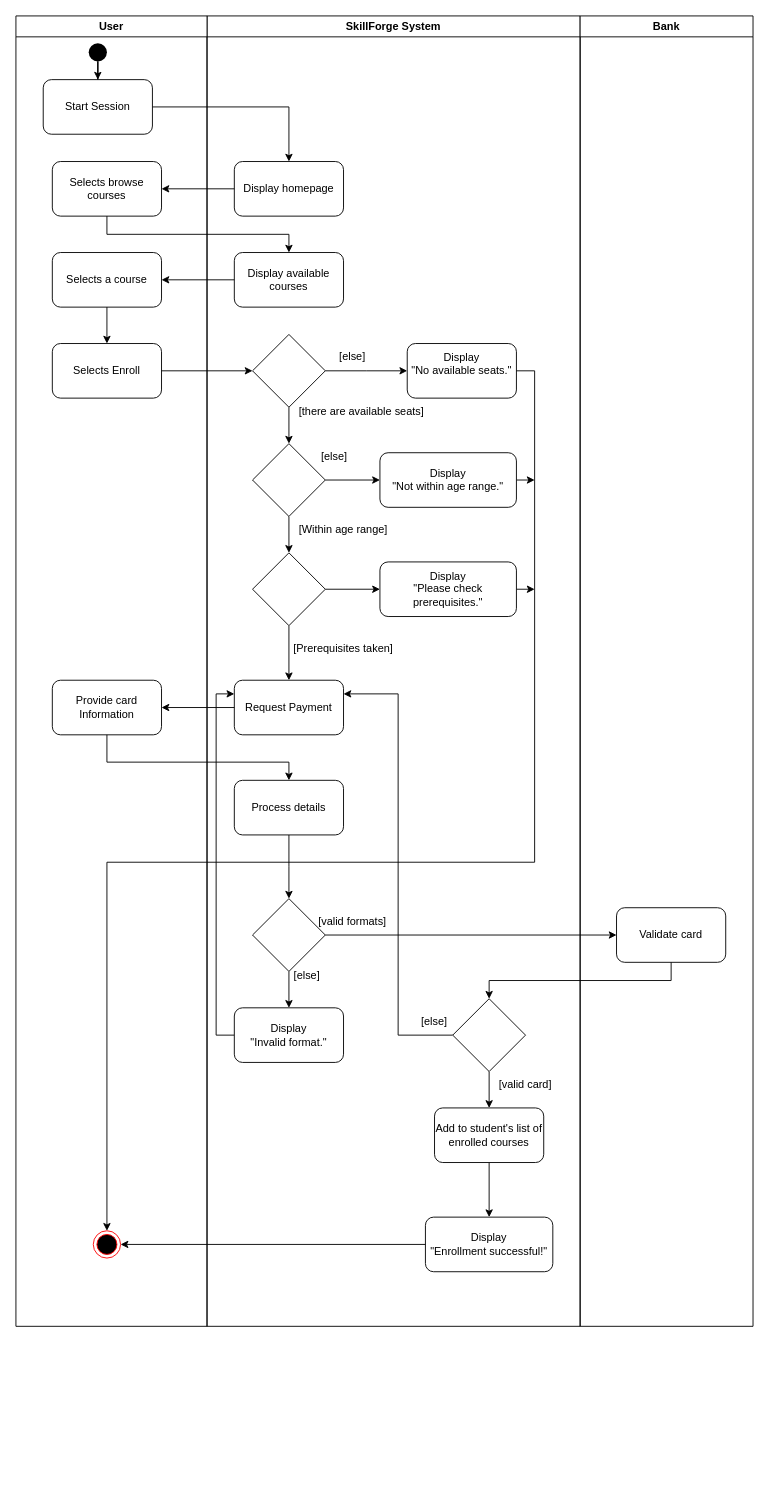
The draw.io diagram Activity diagram.drawio in nourk-soliman/SkillForge_Lab6, before the edit. Source tidied: cells renumbered, new cells numbered last; positions are measured from the earlier drawing's top-left corner, leaving out a move shared by most shapes. Both pictures are drawn from the tidied source at 91%, with x=0, y=0 at pixel (15, 15).
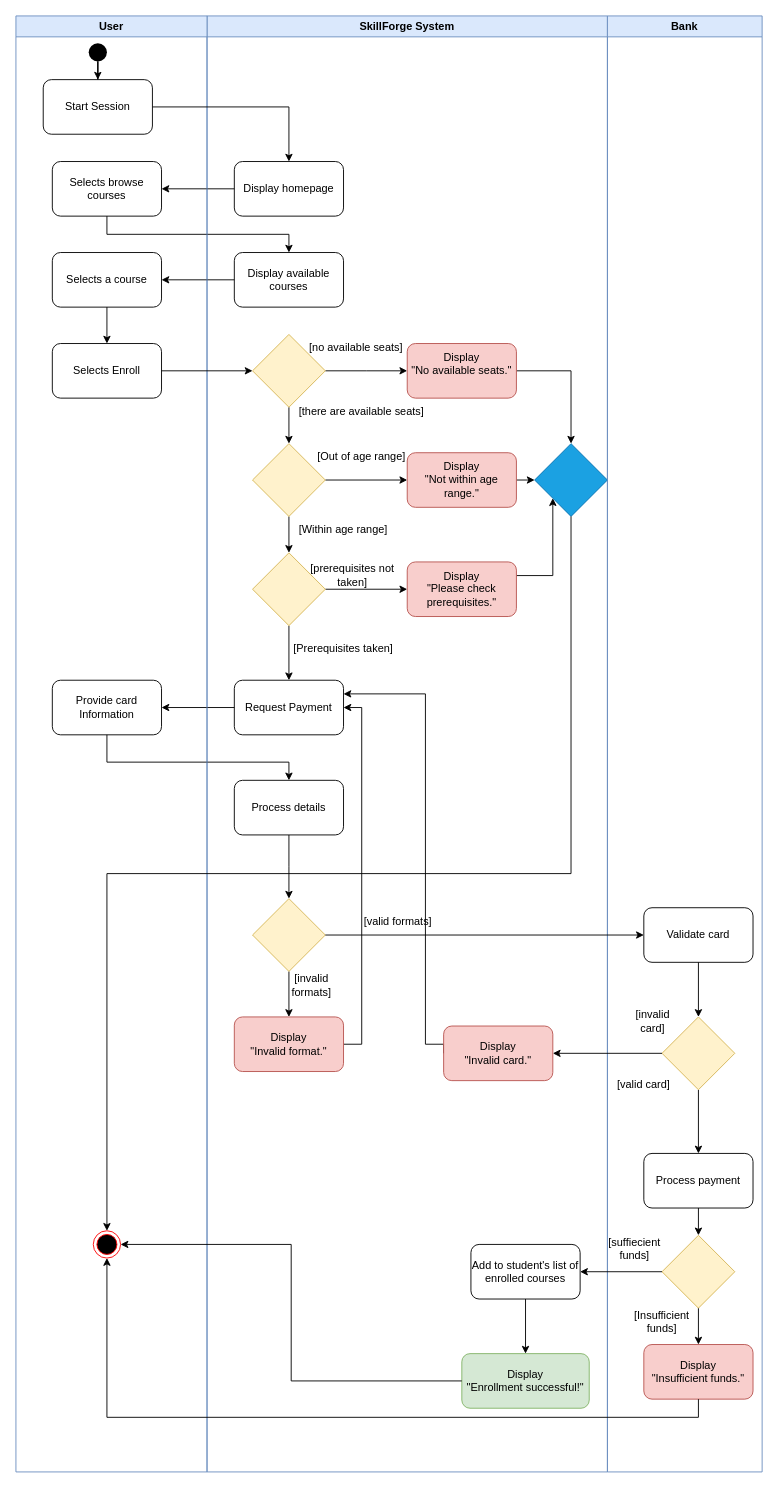
The same page after the edit.

Unchanged cells that the change refers to:
```xml
<mxCell id="20" value="Request Payment" style="rounded=1;whiteSpace=wrap;html=1;" parent="2" vertex="1">
  <mxGeometry x="30" y="730" width="120" height="60" as="geometry" />
</mxCell>
<mxCell id="33" value="Process details" style="whiteSpace=wrap;html=1;rounded=1;" parent="2" vertex="1">
  <mxGeometry x="30" y="840" width="120" height="60" as="geometry" />
</mxCell>
<mxCell id="49" value="Validate card" style="rounded=1;whiteSpace=wrap;html=1;" parent="48" vertex="1">
  <mxGeometry x="40" y="980" width="120" height="60" as="geometry" />
</mxCell>
<mxCell id="54" value="Selects Enroll" style="whiteSpace=wrap;html=1;rounded=1;" parent="50" vertex="1">
  <mxGeometry x="40" y="360" width="120" height="60" as="geometry" />
</mxCell>
<mxCell id="55" style="ellipse;html=1;shape=endState;fillColor=#000000;strokeColor=#ff0000;" parent="50" vertex="1">
  <mxGeometry x="85" y="1335" width="30" height="30" as="geometry" />
</mxCell>
```

Diff of the diagram source:
```diff
@@
-    <mxCell id="2" value="SkillForge System" style="swimlane;whiteSpace=wrap;html=1;" parent="1" vertex="1">
-      <mxGeometry x="210" width="410" height="1440" as="geometry" />
+    <mxCell id="2" value="SkillForge System" style="swimlane;whiteSpace=wrap;html=1;fillColor=#dae8fc;strokeColor=#6c8ebf;" parent="1" vertex="1">
+      <mxGeometry x="210" width="440" height="1600" as="geometry" />
     </mxCell>
@@
-    <mxCell id="5" style="edgeStyle=orthogonalEdgeStyle;rounded=0;jettySize=auto;html=1;" parent="2" edge="1" source="7">
-      <mxGeometry relative="1" as="geometry">
-        <mxPoint x="220" y="390" as="targetPoint" />
-      </mxGeometry>
-    </mxCell>
-    <mxCell id="6" style="edgeStyle=orthogonalEdgeStyle;rounded=0;jettySize=auto;html=1;" parent="2" edge="1" source="7" target="13">
-      <mxGeometry relative="1" as="geometry" />
-    </mxCell>
-    <mxCell id="7" style="rhombus;whiteSpace=wrap;html=1;" parent="2" vertex="1">
-      <mxGeometry x="50" y="350" width="80" height="80" as="geometry" />
-    </mxCell>
+    <mxCell id="64" style="edgeStyle=orthogonalEdgeStyle;rounded=0;jettySize=auto;html=1;" parent="2" edge="1" source="66">
+      <mxGeometry relative="1" as="geometry">
+        <mxPoint x="220" y="390" as="targetPoint" />
+      </mxGeometry>
+    </mxCell>
+    <mxCell id="65" style="edgeStyle=orthogonalEdgeStyle;rounded=0;jettySize=auto;html=1;" parent="2" edge="1" source="66" target="70">
+      <mxGeometry relative="1" as="geometry" />
+    </mxCell>
+    <mxCell id="66" style="rhombus;whiteSpace=wrap;html=1;fillColor=#fff2cc;strokeColor=#d6b656;" parent="2" vertex="1">
+      <mxGeometry x="50" y="350" width="80" height="80" as="geometry" />
+    </mxCell>
@@
-    <mxCell id="10" value="[else]" style="text;html=1;whiteSpace=wrap;strokeColor=none;fillColor=none;align=center;verticalAlign=middle;rounded=0;" parent="2" vertex="1">
-      <mxGeometry x="100" y="360" width="120" height="30" as="geometry" />
-    </mxCell>
-    <mxCell id="11" style="edgeStyle=orthogonalEdgeStyle;rounded=0;jettySize=auto;html=1;" parent="2" edge="1" source="13" target="17">
-      <mxGeometry relative="1" as="geometry" />
-    </mxCell>
-    <mxCell id="12" style="edgeStyle=orthogonalEdgeStyle;rounded=0;jettySize=auto;html=1;" parent="2" edge="1" source="13" target="19">
-      <mxGeometry relative="1" as="geometry" />
-    </mxCell>
-    <mxCell id="13" style="rhombus;whiteSpace=wrap;html=1;" parent="2" vertex="1">
-      <mxGeometry x="50" y="470" width="80" height="80" as="geometry" />
-    </mxCell>
+    <mxCell id="67" value="[no available seats]" style="text;html=1;whiteSpace=wrap;strokeColor=none;fillColor=none;align=center;verticalAlign=middle;rounded=0;" parent="2" vertex="1">
+      <mxGeometry x="104" y="350" width="120" height="30" as="geometry" />
+    </mxCell>
+    <mxCell id="68" style="edgeStyle=orthogonalEdgeStyle;rounded=0;jettySize=auto;html=1;" parent="2" edge="1" source="70" target="74">
+      <mxGeometry relative="1" as="geometry" />
+    </mxCell>
+    <mxCell id="69" style="edgeStyle=orthogonalEdgeStyle;rounded=0;jettySize=auto;html=1;" parent="2" edge="1" source="70" target="19">
+      <mxGeometry relative="1" as="geometry" />
+    </mxCell>
+    <mxCell id="70" style="rhombus;whiteSpace=wrap;html=1;fillColor=#fff2cc;strokeColor=#d6b656;" parent="2" vertex="1">
+      <mxGeometry x="50" y="470" width="80" height="80" as="geometry" />
+    </mxCell>
+    <mxCell id="71" style="edgeStyle=orthogonalEdgeStyle;rounded=0;jettySize=auto;html=1;exitX=1;exitY=0.5;exitDx=0;exitDy=0;entryX=0.5;entryY=0;entryDx=0;entryDy=0;" parent="2" edge="1" source="14" target="83">
+      <mxGeometry relative="1" as="geometry" />
+    </mxCell>
-    <mxCell id="14" value="Display&lt;div&gt;&quot;No available seats.&quot;&lt;br&gt;&lt;div&gt;&lt;br&gt;&lt;/div&gt;&lt;/div&gt;" style="rounded=1;whiteSpace=wrap;html=1;" parent="2" vertex="1">
+    <mxCell id="14" value="Display&lt;div&gt;&quot;No available seats.&quot;&lt;br&gt;&lt;div&gt;&lt;br&gt;&lt;/div&gt;&lt;/div&gt;" style="rounded=1;whiteSpace=wrap;html=1;fillColor=#f8cecc;strokeColor=#b85450;" parent="2" vertex="1">
       <mxGeometry x="220" y="360" width="120" height="60" as="geometry" />
     </mxCell>
-    <mxCell id="15" style="edgeStyle=orthogonalEdgeStyle;rounded=0;jettySize=auto;html=1;" parent="2" edge="1" source="17" target="20">
-      <mxGeometry relative="1" as="geometry" />
-    </mxCell>
-    <mxCell id="16" style="edgeStyle=orthogonalEdgeStyle;rounded=0;jettySize=auto;html=1;" parent="2" edge="1" source="17" target="24">
-      <mxGeometry relative="1" as="geometry" />
-    </mxCell>
-    <mxCell id="17" style="rhombus;whiteSpace=wrap;html=1;" parent="2" vertex="1">
-      <mxGeometry x="50" y="590" width="80" height="80" as="geometry" />
-    </mxCell>
-    <mxCell id="18" style="edgeStyle=orthogonalEdgeStyle;rounded=0;jettySize=auto;html=1;exitX=1;exitY=0.5;exitDx=0;exitDy=0;" parent="2" edge="1" source="19">
-      <mxGeometry relative="1" as="geometry">
-        <mxPoint x="360" y="510" as="targetPoint" />
-      </mxGeometry>
-    </mxCell>
+    <mxCell id="72" style="edgeStyle=orthogonalEdgeStyle;rounded=0;jettySize=auto;html=1;" parent="2" edge="1" source="74" target="20">
+      <mxGeometry relative="1" as="geometry" />
+    </mxCell>
+    <mxCell id="73" style="edgeStyle=orthogonalEdgeStyle;rounded=0;jettySize=auto;html=1;" parent="2" edge="1" source="74" target="24">
+      <mxGeometry relative="1" as="geometry" />
+    </mxCell>
+    <mxCell id="74" style="rhombus;whiteSpace=wrap;html=1;fillColor=#fff2cc;strokeColor=#d6b656;" parent="2" vertex="1">
+      <mxGeometry x="50" y="590" width="80" height="80" as="geometry" />
+    </mxCell>
+    <mxCell id="75" style="edgeStyle=orthogonalEdgeStyle;rounded=0;jettySize=auto;html=1;exitX=1;exitY=0.5;exitDx=0;exitDy=0;" parent="2" edge="1" source="19">
+      <mxGeometry relative="1" as="geometry">
+        <mxPoint x="360" y="510" as="targetPoint" />
+      </mxGeometry>
+    </mxCell>
-    <mxCell id="19" value="Display&lt;div&gt;&quot;Not within age range.&quot;&lt;/div&gt;" style="rounded=1;whiteSpace=wrap;html=1;" parent="2" vertex="1">
-      <mxGeometry x="190" y="480" width="150" height="60" as="geometry" />
+    <mxCell id="19" value="Display&lt;div&gt;&quot;Not within age range.&quot;&lt;/div&gt;" style="rounded=1;whiteSpace=wrap;html=1;fillColor=#f8cecc;strokeColor=#b85450;" parent="2" vertex="1">
+      <mxGeometry x="220" y="480" width="120" height="60" as="geometry" />
     </mxCell>
@@
-    <mxCell id="22" value="[else]" style="text;html=1;whiteSpace=wrap;strokeColor=none;fillColor=none;align=center;verticalAlign=middle;rounded=0;" parent="2" vertex="1">
-      <mxGeometry x="110" y="470" width="60" height="30" as="geometry" />
-    </mxCell>
-    <mxCell id="23" style="edgeStyle=orthogonalEdgeStyle;rounded=0;jettySize=auto;html=1;exitX=1;exitY=0.5;exitDx=0;exitDy=0;" parent="2" edge="1" source="24">
-      <mxGeometry relative="1" as="geometry">
-        <mxPoint x="360" y="630" as="targetPoint" />
-      </mxGeometry>
-    </mxCell>
+    <mxCell id="76" value="[Out of age range]" style="text;html=1;whiteSpace=wrap;strokeColor=none;fillColor=none;align=center;verticalAlign=middle;rounded=0;" parent="2" vertex="1">
+      <mxGeometry x="115" y="470" width="110" height="30" as="geometry" />
+    </mxCell>
+    <mxCell id="77" style="edgeStyle=orthogonalEdgeStyle;rounded=0;jettySize=auto;html=1;exitX=1;exitY=0.25;exitDx=0;exitDy=0;entryX=0;entryY=1;entryDx=0;entryDy=0;" parent="2" edge="1" source="24" target="83">
+      <mxGeometry relative="1" as="geometry" />
+    </mxCell>
-    <mxCell id="24" value="Display&lt;div&gt;&quot;Please check prerequisites.&quot;&lt;/div&gt;" style="rounded=1;whiteSpace=wrap;html=1;" parent="2" vertex="1">
-      <mxGeometry x="190" y="600" width="150" height="60" as="geometry" />
+    <mxCell id="24" value="Display&lt;div&gt;&quot;Please check prerequisites.&quot;&lt;/div&gt;" style="rounded=1;whiteSpace=wrap;html=1;fillColor=#f8cecc;strokeColor=#b85450;" parent="2" vertex="1">
+      <mxGeometry x="220" y="600" width="120" height="60" as="geometry" />
     </mxCell>
@@
-    <mxCell id="32" style="edgeStyle=orthogonalEdgeStyle;rounded=0;jettySize=auto;html=1;" parent="2" edge="1" source="33">
-      <mxGeometry relative="1" as="geometry">
-        <mxPoint x="90" y="970" as="targetPoint" />
-      </mxGeometry>
-    </mxCell>
+    <mxCell id="78" style="edgeStyle=orthogonalEdgeStyle;rounded=0;jettySize=auto;html=1;" parent="2" edge="1" source="33">
+      <mxGeometry relative="1" as="geometry">
+        <mxPoint x="90" y="970" as="targetPoint" />
+      </mxGeometry>
+    </mxCell>
@@
-    <mxCell id="35" style="edgeStyle=orthogonalEdgeStyle;rounded=0;jettySize=auto;html=1;" parent="2" edge="1" source="36" target="38">
-      <mxGeometry relative="1" as="geometry" />
-    </mxCell>
-    <mxCell id="36" style="rhombus;whiteSpace=wrap;html=1;" parent="2" vertex="1">
-      <mxGeometry x="50" y="970" width="80" height="80" as="geometry" />
-    </mxCell>
+    <mxCell id="79" style="edgeStyle=orthogonalEdgeStyle;rounded=0;jettySize=auto;html=1;" parent="2" edge="1" source="80" target="38">
+      <mxGeometry relative="1" as="geometry" />
+    </mxCell>
+    <mxCell id="80" style="rhombus;whiteSpace=wrap;html=1;fillColor=#fff2cc;strokeColor=#d6b656;" parent="2" vertex="1">
+      <mxGeometry x="50" y="970" width="80" height="80" as="geometry" />
+    </mxCell>
-    <mxCell id="37" style="edgeStyle=orthogonalEdgeStyle;rounded=0;jettySize=auto;html=1;exitX=0;exitY=0.5;exitDx=0;exitDy=0;entryX=0;entryY=0.25;entryDx=0;entryDy=0;" parent="2" edge="1" source="38" target="20">
-      <mxGeometry relative="1" as="geometry" />
+    <mxCell id="37" style="edgeStyle=orthogonalEdgeStyle;rounded=0;jettySize=auto;html=1;exitX=1;exitY=0.5;exitDx=0;exitDy=0;entryX=1;entryY=0.5;entryDx=0;entryDy=0;" parent="2" edge="1" source="38" target="20">
+      <mxGeometry relative="1" as="geometry">
+        <Array as="points">
+          <mxPoint x="170" y="1130" />
+          <mxPoint x="170" y="760" />
+        </Array>
+      </mxGeometry>
     </mxCell>
-    <mxCell id="38" value="Display&lt;div&gt;&quot;Invalid format.&quot;&lt;/div&gt;" style="rounded=1;whiteSpace=wrap;html=1;" parent="2" vertex="1">
-      <mxGeometry x="30" y="1090" width="120" height="60" as="geometry" />
+    <mxCell id="38" value="Display&lt;div&gt;&quot;Invalid format.&quot;&lt;/div&gt;" style="rounded=1;whiteSpace=wrap;html=1;fillColor=#f8cecc;strokeColor=#b85450;" parent="2" vertex="1">
+      <mxGeometry x="30" y="1100" width="120" height="60" as="geometry" />
     </mxCell>
     <mxCell id="39" value="[valid formats]" style="text;html=1;whiteSpace=wrap;strokeColor=none;fillColor=none;align=center;verticalAlign=middle;rounded=0;" parent="2" vertex="1">
-      <mxGeometry x="120" y="980" width="80" height="30" as="geometry" />
+      <mxGeometry x="170" y="980" width="80" height="30" as="geometry" />
     </mxCell>
-    <mxCell id="40" style="edgeStyle=orthogonalEdgeStyle;rounded=0;jettySize=auto;html=1;" parent="2" edge="1" source="42" target="44">
-      <mxGeometry relative="1" as="geometry" />
-    </mxCell>
-    <mxCell id="41" style="edgeStyle=orthogonalEdgeStyle;rounded=0;jettySize=auto;html=1;exitX=0;exitY=0.5;exitDx=0;exitDy=0;entryX=1;entryY=0.25;entryDx=0;entryDy=0;" parent="2" edge="1" source="42" target="20">
-      <mxGeometry relative="1" as="geometry" />
-    </mxCell>
-    <mxCell id="42" style="rhombus;whiteSpace=wrap;html=1;" parent="2" vertex="1">
-      <mxGeometry x="270" y="1080" width="80" height="80" as="geometry" />
-    </mxCell>
@@
     <mxCell id="44" value="Add to student's list of enrolled courses" style="rounded=1;whiteSpace=wrap;html=1;" parent="2" vertex="1">
-      <mxGeometry x="250" y="1200" width="120" height="60" as="geometry" />
+      <mxGeometry x="290" y="1350" width="120" height="60" as="geometry" />
     </mxCell>
-    <mxCell id="45" value="[valid card]" style="text;html=1;whiteSpace=wrap;strokeColor=none;fillColor=none;align=center;verticalAlign=middle;rounded=0;" parent="2" vertex="1">
-      <mxGeometry x="310" y="1160" width="80" height="30" as="geometry" />
-    </mxCell>
-    <mxCell id="46" value="[else]" style="text;html=1;whiteSpace=wrap;strokeColor=none;fillColor=none;align=center;verticalAlign=middle;rounded=0;" parent="2" vertex="1">
-      <mxGeometry x="220" y="1090" width="60" height="30" as="geometry" />
-    </mxCell>
-    <mxCell id="47" value="Display&lt;div&gt;&quot;Enrollment successful!&quot;&lt;/div&gt;" style="whiteSpace=wrap;html=1;rounded=1;" parent="2" vertex="1">
-      <mxGeometry x="240" y="1320" width="140" height="60" as="geometry" />
+    <mxCell id="47" value="Display&lt;div&gt;&quot;Enrollment successful!&quot;&lt;/div&gt;" style="whiteSpace=wrap;html=1;rounded=1;fillColor=#d5e8d4;strokeColor=#82b366;" parent="2" vertex="1">
+      <mxGeometry x="280" y="1470" width="140" height="60" as="geometry" />
     </mxCell>
+    <mxCell id="81" style="edgeStyle=orthogonalEdgeStyle;rounded=0;jettySize=auto;html=1;exitX=0;exitY=0.5;exitDx=0;exitDy=0;entryX=1;entryY=0.25;entryDx=0;entryDy=0;" parent="2" edge="1" source="82" target="20">
+      <mxGeometry relative="1" as="geometry">
+        <Array as="points">
+          <mxPoint x="260" y="1130" />
+          <mxPoint x="240" y="1130" />
+          <mxPoint x="240" y="745" />
+        </Array>
+      </mxGeometry>
+    </mxCell>
+    <mxCell id="82" value="Display&lt;div&gt;&quot;Invalid card.&quot;&lt;/div&gt;" style="rounded=1;whiteSpace=wrap;html=1;fillColor=#f8cecc;strokeColor=#b85450;" parent="2" vertex="1">
+      <mxGeometry x="260" y="1110" width="120" height="60" as="geometry" />
+    </mxCell>
+    <mxCell id="83" style="rhombus;whiteSpace=wrap;html=1;fillColor=#1ba1e2;fontColor=#ffffff;strokeColor=#006EAF;" parent="2" vertex="1">
+      <mxGeometry x="360" y="470" width="80" height="80" as="geometry" />
+    </mxCell>
+    <mxCell id="84" value="[invalid formats]" style="text;html=1;whiteSpace=wrap;strokeColor=none;fillColor=none;align=center;verticalAlign=middle;rounded=0;" parent="2" vertex="1">
+      <mxGeometry x="85" y="1050" width="60" height="30" as="geometry" />
+    </mxCell>
-    <mxCell id="48" value="Bank" style="swimlane;whiteSpace=wrap;html=1;" parent="1" vertex="1">
-      <mxGeometry x="620" width="190" height="1440" as="geometry" />
+    <mxCell id="48" value="Bank" style="swimlane;whiteSpace=wrap;html=1;fillColor=#dae8fc;strokeColor=#6c8ebf;" parent="1" vertex="1">
+      <mxGeometry x="650" width="170" height="1600" as="geometry" />
     </mxCell>
@@
+    <mxCell id="85" style="edgeStyle=orthogonalEdgeStyle;rounded=0;jettySize=auto;html=1;exitX=0.5;exitY=1;exitDx=0;exitDy=0;entryX=0.5;entryY=0;entryDx=0;entryDy=0;" parent="48" edge="1" source="86" target="89">
+      <mxGeometry relative="1" as="geometry" />
+    </mxCell>
+    <mxCell id="86" style="rhombus;whiteSpace=wrap;html=1;fillColor=#fff2cc;strokeColor=#d6b656;" parent="48" vertex="1">
+      <mxGeometry x="60" y="1100" width="80" height="80" as="geometry" />
+    </mxCell>
+    <mxCell id="45" value="[valid card]" style="text;html=1;whiteSpace=wrap;strokeColor=none;fillColor=none;align=center;verticalAlign=middle;rounded=0;" parent="48" vertex="1">
+      <mxGeometry y="1160" width="80" height="30" as="geometry" />
+    </mxCell>
+    <mxCell id="87" style="edgeStyle=orthogonalEdgeStyle;rounded=0;jettySize=auto;html=1;exitX=0.5;exitY=1;exitDx=0;exitDy=0;entryX=0.5;entryY=0;entryDx=0;entryDy=0;" parent="48" edge="1" source="49" target="86">
+      <mxGeometry relative="1" as="geometry" />
+    </mxCell>
+    <mxCell id="88" style="edgeStyle=orthogonalEdgeStyle;rounded=0;jettySize=auto;html=1;exitX=0.5;exitY=1;exitDx=0;exitDy=0;entryX=0.5;entryY=0;entryDx=0;entryDy=0;" parent="48" edge="1" source="89" target="92">
+      <mxGeometry relative="1" as="geometry" />
+    </mxCell>
+    <mxCell id="89" value="Process payment" style="rounded=1;whiteSpace=wrap;html=1;" parent="48" vertex="1">
+      <mxGeometry x="40" y="1250" width="120" height="60" as="geometry" />
+    </mxCell>
+    <mxCell id="90" value="[invalid card]" style="text;html=1;whiteSpace=wrap;strokeColor=none;fillColor=none;align=center;verticalAlign=middle;rounded=0;" parent="48" vertex="1">
+      <mxGeometry x="20" y="1090" width="60" height="30" as="geometry" />
+    </mxCell>
+    <mxCell id="91" style="edgeStyle=orthogonalEdgeStyle;rounded=0;jettySize=auto;html=1;exitX=0.5;exitY=1;exitDx=0;exitDy=0;entryX=0.5;entryY=0;entryDx=0;entryDy=0;" parent="48" edge="1" source="92" target="93">
+      <mxGeometry relative="1" as="geometry" />
+    </mxCell>
+    <mxCell id="92" style="rhombus;whiteSpace=wrap;html=1;fillColor=#fff2cc;strokeColor=#d6b656;" parent="48" vertex="1">
+      <mxGeometry x="60" y="1340" width="80" height="80" as="geometry" />
+    </mxCell>
+    <mxCell id="93" value="Display&lt;div&gt;&quot;Insufficient funds.&quot;&lt;/div&gt;" style="rounded=1;whiteSpace=wrap;html=1;fillColor=#f8cecc;strokeColor=#b85450;" parent="48" vertex="1">
+      <mxGeometry x="40" y="1460" width="120" height="60" as="geometry" />
+    </mxCell>
+    <mxCell id="94" value="[Insufficient funds]" style="text;html=1;whiteSpace=wrap;strokeColor=none;fillColor=none;align=center;verticalAlign=middle;rounded=0;" parent="48" vertex="1">
+      <mxGeometry x="30" y="1420" width="60" height="30" as="geometry" />
+    </mxCell>
-    <mxCell id="50" value="User" style="swimlane;whiteSpace=wrap;html=1;" parent="1" vertex="1">
-      <mxGeometry width="210" height="1440" as="geometry" />
+    <mxCell id="50" value="User" style="swimlane;whiteSpace=wrap;html=1;fillColor=#dae8fc;strokeColor=#6c8ebf;" parent="1" vertex="1">
+      <mxGeometry width="210" height="1600" as="geometry" />
     </mxCell>
@@
-    <mxCell id="58" style="edgeStyle=orthogonalEdgeStyle;rounded=0;jettySize=auto;html=1;" parent="1" edge="1" source="54" target="7">
-      <mxGeometry relative="1" as="geometry" />
-    </mxCell>
-    <mxCell id="59" style="edgeStyle=orthogonalEdgeStyle;rounded=0;jettySize=auto;html=1;" parent="1" edge="1" source="36" target="49">
-      <mxGeometry relative="1" as="geometry" />
-    </mxCell>
-    <mxCell id="60" value="[else]" style="text;html=1;whiteSpace=wrap;strokeColor=none;fillColor=none;align=center;verticalAlign=middle;rounded=0;" parent="1" vertex="1">
-      <mxGeometry x="290" y="1040" width="60" height="30" as="geometry" />
-    </mxCell>
-    <mxCell id="61" style="edgeStyle=orthogonalEdgeStyle;rounded=0;jettySize=auto;html=1;exitX=0.5;exitY=1;exitDx=0;exitDy=0;entryX=0.5;entryY=0;entryDx=0;entryDy=0;" parent="1" edge="1" source="49" target="42">
-      <mxGeometry relative="1" as="geometry" />
-    </mxCell>
+    <mxCell id="95" style="edgeStyle=orthogonalEdgeStyle;rounded=0;jettySize=auto;html=1;" parent="1" edge="1" source="54" target="66">
+      <mxGeometry relative="1" as="geometry" />
+    </mxCell>
+    <mxCell id="96" style="edgeStyle=orthogonalEdgeStyle;rounded=0;jettySize=auto;html=1;" parent="1" edge="1" source="80" target="49">
+      <mxGeometry relative="1" as="geometry" />
+    </mxCell>
@@
-    <mxCell id="63" style="edgeStyle=orthogonalEdgeStyle;rounded=0;jettySize=auto;html=1;exitX=1;exitY=0.5;exitDx=0;exitDy=0;" parent="1" edge="1" source="14" target="55">
-      <mxGeometry relative="1" as="geometry">
-        <Array as="points">
-          <mxPoint x="570" y="390" />
-          <mxPoint x="570" y="930" />
-          <mxPoint x="100" y="930" />
-        </Array>
-      </mxGeometry>
-    </mxCell>
+    <mxCell id="97" style="edgeStyle=orthogonalEdgeStyle;rounded=0;jettySize=auto;html=1;exitX=0.5;exitY=1;exitDx=0;exitDy=0;" parent="1" edge="1" source="83" target="55">
+      <mxGeometry relative="1" as="geometry" />
+    </mxCell>
+    <mxCell id="98" value="[prerequisites not taken]" style="text;html=1;whiteSpace=wrap;strokeColor=none;fillColor=none;align=center;verticalAlign=middle;rounded=0;" parent="1" vertex="1">
+      <mxGeometry x="320" y="600" width="100" height="30" as="geometry" />
+    </mxCell>
+    <mxCell id="99" style="edgeStyle=orthogonalEdgeStyle;rounded=0;jettySize=auto;html=1;" parent="1" edge="1" source="86" target="82">
+      <mxGeometry relative="1" as="geometry" />
+    </mxCell>
+    <mxCell id="100" style="edgeStyle=orthogonalEdgeStyle;rounded=0;jettySize=auto;html=1;" parent="1" edge="1" source="92" target="44">
+      <mxGeometry relative="1" as="geometry" />
+    </mxCell>
+    <mxCell id="101" value="[suffiecient funds]" style="text;html=1;whiteSpace=wrap;strokeColor=none;fillColor=none;align=center;verticalAlign=middle;rounded=0;" parent="1" vertex="1">
+      <mxGeometry x="640" y="1340" width="80" height="30" as="geometry" />
+    </mxCell>
+    <mxCell id="102" style="edgeStyle=orthogonalEdgeStyle;rounded=0;jettySize=auto;html=1;exitX=0.5;exitY=1;exitDx=0;exitDy=0;entryX=0.5;entryY=1;entryDx=0;entryDy=0;" parent="1" edge="1" source="93" target="55">
+      <mxGeometry relative="1" as="geometry" />
+    </mxCell>
```
